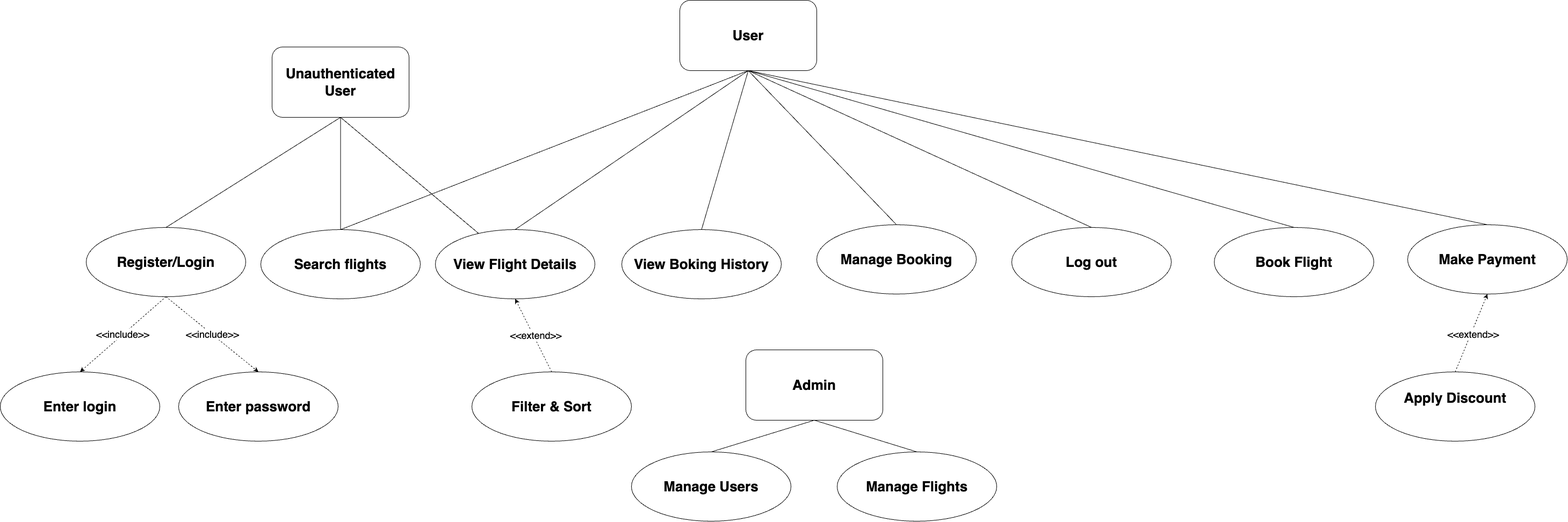
Before: UML/use-case.png, a diagram exported from draw.io (VPG1/AirLineTicketTracker). Source tidied: cells renumbered, new cells last; positions are measured from the earlier drawing's top-left corner, leaving out a move shared by most shapes.
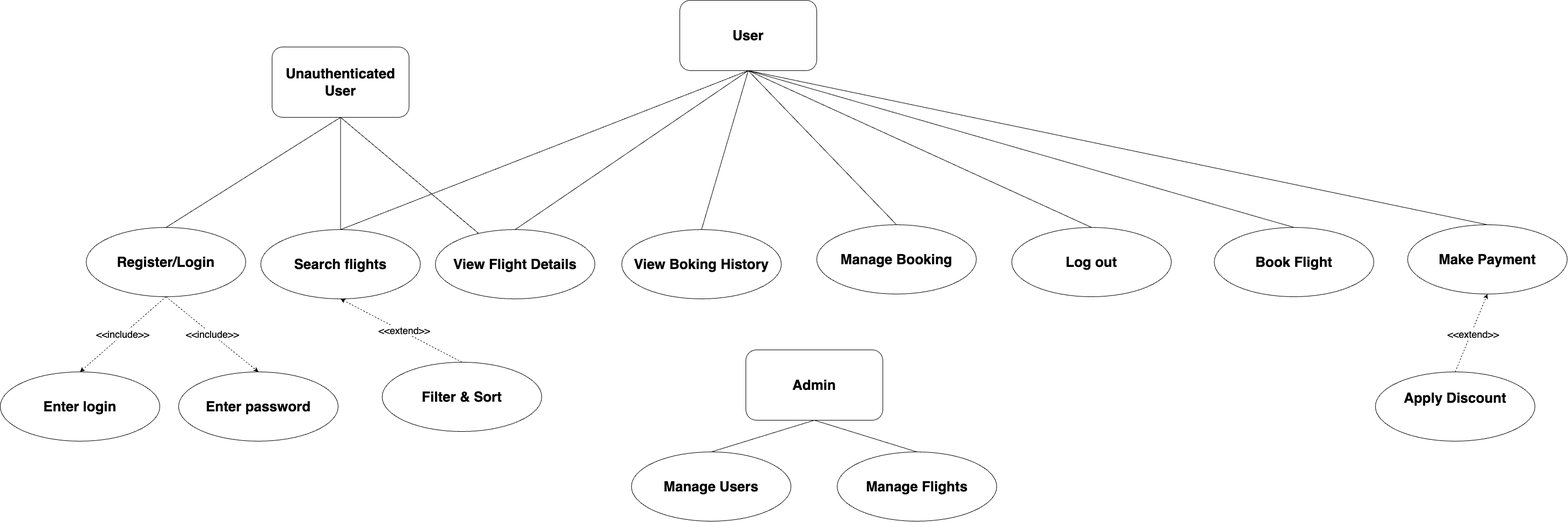
The same file after the commit.

Commit message:
Add feature list

What changed in the source:
```diff
@@ -98,14 +98,14 @@
     <mxCell id="33" value="&lt;span style=&quot;font-size: 26px;&quot;&gt;&lt;b&gt;Apply Discount&lt;/b&gt;&lt;/span&gt;&lt;div&gt;&lt;span style=&quot;font-size: 26px;&quot;&gt;&lt;b&gt;&lt;br&gt;&lt;/b&gt;&lt;/span&gt;&lt;/div&gt;" style="ellipse;whiteSpace=wrap;html=1;" parent="1" vertex="1">
       <mxGeometry x="2560" y="692" width="297" height="129" as="geometry" />
     </mxCell>
-    <mxCell id="34" style="endArrow=classic;dashed=1;html=1;rounded=0;exitX=0.5;exitY=0;exitDx=0;exitDy=0;entryX=0.5;entryY=1;entryDx=0;entryDy=0;" parent="1" edge="1" source="36" target="5">
+    <mxCell id="34" style="endArrow=classic;dashed=1;html=1;rounded=0;exitX=0.5;exitY=0;exitDx=0;exitDy=0;entryX=0.5;entryY=1;entryDx=0;entryDy=0;" parent="1" edge="1" source="36" target="4">
       <mxGeometry relative="1" as="geometry" />
     </mxCell>
     <mxCell id="35" value="&lt;font style=&quot;font-size: 18px;&quot;&gt;&amp;lt;&amp;lt;extend&amp;gt;&amp;gt;&lt;/font&gt;" style="edgeLabel;html=1;align=center;verticalAlign=middle;" parent="34" vertex="1">
       <mxGeometry x="-0.02" y="-3" relative="1" as="geometry" />
     </mxCell>
     <mxCell id="36" value="&lt;b style=&quot;&quot;&gt;&lt;font style=&quot;font-size: 26px;&quot;&gt;Filter &amp;amp; Sort&lt;/font&gt;&lt;/b&gt;" style="ellipse;whiteSpace=wrap;html=1;" parent="1" vertex="1">
-      <mxGeometry x="878" y="692" width="297" height="129" as="geometry" />
+      <mxGeometry x="711" y="674" width="297" height="129" as="geometry" />
     </mxCell>
   </root>
 </mxGraphModel>
```
